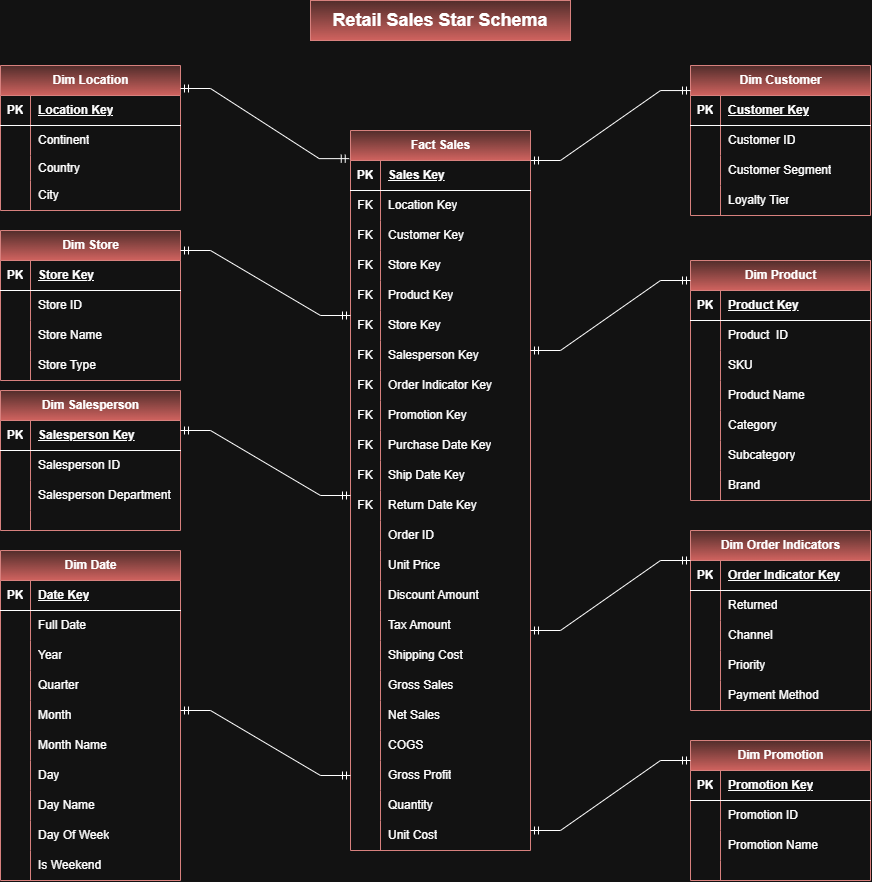
The draw.io diagram star_schema/retail_sales_star_schema.drawio.png in House-Khulu/retail_sales_data_warehouse_project, before a commit. Source tidied: cells renumbered, new cells last; positions are measured from the earlier drawing's top-left corner, leaving out a move shared by most shapes.
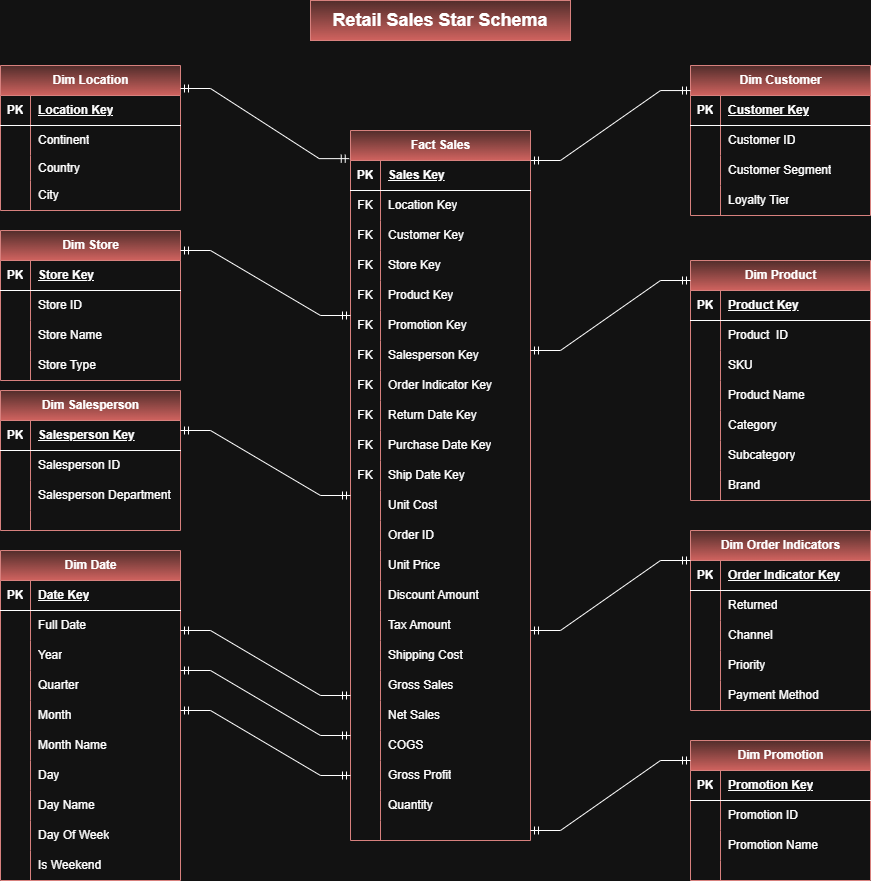
The same file after the commit.

Diff of the diagram source:
```diff
@@ -3,7 +3,7 @@
     <mxCell id="0" />
     <mxCell id="1" parent="0" />
     <mxCell id="2" value="Fact Sales" style="shape=table;startSize=30;rowLines=0;fontStyle=1;align=center;html=1;fillColor=#f8cecc;strokeColor=#b85450;gradientColor=#ea6b66;" parent="1" vertex="1">
-      <mxGeometry x="350" y="130" width="180" height="720" as="geometry" />
+      <mxGeometry x="350" y="130" width="180" height="710" as="geometry" />
     </mxCell>
     <mxCell id="3" style="shape=tableRow;horizontal=0;startSize=0;swimlaneHead=0;swimlaneBody=0;fillColor=none;points=[[0,0.5],[1,0.5]];portConstraint=eastwest;top=0;left=0;right=0;bottom=1;" parent="2" vertex="1">
       <mxGeometry y="30" width="180" height="30" as="geometry" />
@@ -56,7 +56,7 @@
     <mxCell id="19" value="FK" style="shape=partialRectangle;fillColor=none;top=0;left=0;bottom=0;right=0;overflow=hidden;whiteSpace=wrap;html=1;" parent="18" vertex="1">
       <mxGeometry width="30" height="30" as="geometry" />
     </mxCell>
-    <mxCell id="20" value="Store Key" style="shape=partialRectangle;fillColor=none;top=0;left=0;bottom=0;right=0;align=left;spacingLeft=6;overflow=hidden;whiteSpace=wrap;html=1;" parent="18" vertex="1">
+    <mxCell id="20" value="Promotion Key" style="shape=partialRectangle;fillColor=none;top=0;left=0;bottom=0;right=0;align=left;spacingLeft=6;overflow=hidden;whiteSpace=wrap;html=1;" parent="18" vertex="1">
       <mxGeometry x="30" width="150" height="30" as="geometry" />
     </mxCell>
     <mxCell id="21" style="shape=tableRow;horizontal=0;startSize=0;swimlaneHead=0;swimlaneBody=0;fillColor=none;top=0;left=0;right=0;bottom=0;" parent="2" vertex="1">
@@ -83,7 +83,7 @@
     <mxCell id="28" value="FK" style="shape=partialRectangle;fillColor=none;top=0;left=0;bottom=0;right=0;overflow=hidden;whiteSpace=wrap;html=1;" parent="27" vertex="1">
       <mxGeometry width="30" height="30" as="geometry" />
     </mxCell>
-    <mxCell id="29" value="Promotion Key" style="shape=partialRectangle;fillColor=none;top=0;left=0;bottom=0;right=0;align=left;spacingLeft=6;overflow=hidden;whiteSpace=wrap;html=1;" parent="27" vertex="1">
+    <mxCell id="29" value="Return Date Key" style="shape=partialRectangle;fillColor=none;top=0;left=0;bottom=0;right=0;align=left;spacingLeft=6;overflow=hidden;whiteSpace=wrap;html=1;" parent="27" vertex="1">
       <mxGeometry x="30" width="150" height="30" as="geometry" />
     </mxCell>
     <mxCell id="30" style="shape=tableRow;horizontal=0;startSize=0;swimlaneHead=0;swimlaneBody=0;fillColor=none;top=0;left=0;right=0;bottom=0;" parent="2" vertex="1">
@@ -107,10 +107,10 @@
     <mxCell id="36" style="shape=tableRow;horizontal=0;startSize=0;swimlaneHead=0;swimlaneBody=0;fillColor=none;top=0;left=0;right=0;bottom=0;" parent="2" vertex="1">
       <mxGeometry y="360" width="180" height="30" as="geometry" />
     </mxCell>
-    <mxCell id="37" value="FK" style="shape=partialRectangle;fillColor=none;top=0;left=0;bottom=0;right=0;overflow=hidden;whiteSpace=wrap;html=1;" parent="36" vertex="1">
+    <mxCell id="37" style="shape=partialRectangle;fillColor=none;top=0;left=0;bottom=0;right=0;overflow=hidden;whiteSpace=wrap;html=1;" parent="36" vertex="1">
       <mxGeometry width="30" height="30" as="geometry" />
     </mxCell>
-    <mxCell id="38" value="Return Date Key" style="shape=partialRectangle;fillColor=none;top=0;left=0;bottom=0;right=0;align=left;spacingLeft=6;overflow=hidden;whiteSpace=wrap;html=1;" parent="36" vertex="1">
+    <mxCell id="38" value="Unit Cost" style="shape=partialRectangle;fillColor=none;top=0;left=0;bottom=0;right=0;align=left;spacingLeft=6;overflow=hidden;whiteSpace=wrap;html=1;" parent="36" vertex="1">
       <mxGeometry x="30" width="150" height="30" as="geometry" />
     </mxCell>
     <mxCell id="39" style="shape=tableRow;horizontal=0;startSize=0;swimlaneHead=0;swimlaneBody=0;fillColor=none;top=0;left=0;right=0;bottom=0;" parent="2" vertex="1">
@@ -204,13 +204,13 @@
       <mxGeometry x="30" width="150" height="30" as="geometry" />
     </mxCell>
     <mxCell id="69" style="shape=tableRow;horizontal=0;startSize=0;swimlaneHead=0;swimlaneBody=0;fillColor=none;top=0;left=0;right=0;bottom=0;" parent="2" vertex="1">
-      <mxGeometry y="690" width="180" height="30" as="geometry" />
+      <mxGeometry y="690" width="180" height="20" as="geometry" />
     </mxCell>
     <mxCell id="70" style="shape=partialRectangle;fillColor=none;top=0;left=0;bottom=0;right=0;overflow=hidden;whiteSpace=wrap;html=1;" parent="69" vertex="1">
-      <mxGeometry width="30" height="30" as="geometry" />
+      <mxGeometry width="30" height="20" as="geometry" />
     </mxCell>
-    <mxCell id="71" value="Unit Cost" style="shape=partialRectangle;fillColor=none;top=0;left=0;bottom=0;right=0;align=left;spacingLeft=6;overflow=hidden;whiteSpace=wrap;html=1;" parent="69" vertex="1">
-      <mxGeometry x="30" width="150" height="30" as="geometry" />
+    <mxCell id="71" style="shape=partialRectangle;fillColor=none;top=0;left=0;bottom=0;right=0;align=left;spacingLeft=6;overflow=hidden;whiteSpace=wrap;html=1;" parent="69" vertex="1">
+      <mxGeometry x="30" width="150" height="20" as="geometry" />
     </mxCell>
     <mxCell id="72" value="Dim Location" style="shape=table;startSize=30;rowLines=0;fontStyle=1;align=center;html=1;fillColor=#f8cecc;gradientColor=#ea6b66;strokeColor=#b85450;" parent="1" vertex="1">
       <mxGeometry y="65" width="180" height="145" as="geometry" />
@@ -663,5 +663,17 @@
         <mxPoint x="690" y="760" as="targetPoint" />
       </mxGeometry>
     </mxCell>
+    <mxCell id="215" style="edgeStyle=entityRelationEdgeStyle;fontSize=12;html=1;endArrow=ERmandOne;startArrow=ERmandOne;rounded=0;exitX=1.023;exitY=0.162;exitDx=0;exitDy=0;exitPerimeter=0;entryX=0;entryY=0.5;entryDx=0;entryDy=0;" parent="1" edge="1">
+      <mxGeometry relative="1" as="geometry">
+        <mxPoint x="180" y="630" as="sourcePoint" />
+        <mxPoint x="350" y="695" as="targetPoint" />
+      </mxGeometry>
+    </mxCell>
+    <mxCell id="216" style="edgeStyle=entityRelationEdgeStyle;fontSize=12;html=1;endArrow=ERmandOne;startArrow=ERmandOne;rounded=0;exitX=1.023;exitY=0.162;exitDx=0;exitDy=0;exitPerimeter=0;entryX=0;entryY=0.5;entryDx=0;entryDy=0;" parent="1" edge="1">
+      <mxGeometry relative="1" as="geometry">
+        <mxPoint x="180" y="670" as="sourcePoint" />
+        <mxPoint x="350" y="735" as="targetPoint" />
+      </mxGeometry>
+    </mxCell>
   </root>
 </mxGraphModel>
```
